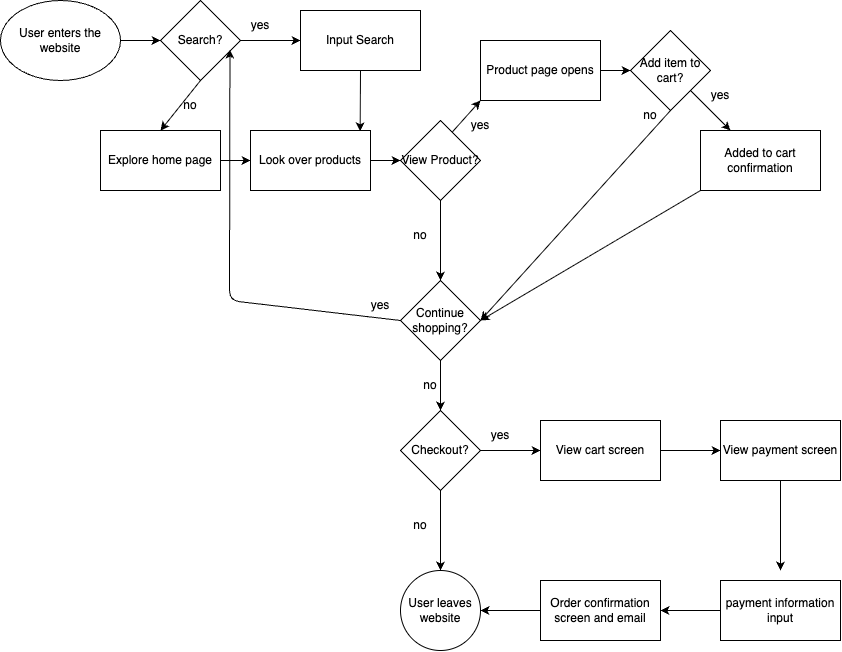
Before: explore/diagramming/diagram.drawio.png, a diagram exported from draw.io (kalyssa-choy/sp26-cse110-lab4). Source tidied: cells renumbered, new cells last; positions are measured from the earlier drawing's top-left corner, leaving out a move shared by most shapes. Source of this version:
```xml
<mxGraphModel>
  <root>
    <mxCell id="0" />
    <mxCell id="1" parent="0" />
    <mxCell id="2" style="edgeStyle=none;html=1;exitX=1;exitY=0.5;exitDx=0;exitDy=0;entryX=0;entryY=0.5;entryDx=0;entryDy=0;" parent="1" edge="1" source="3" target="6">
      <mxGeometry relative="1" as="geometry" />
    </mxCell>
    <mxCell id="3" value="User enters the website" style="ellipse;whiteSpace=wrap;html=1;" parent="1" vertex="1">
      <mxGeometry width="120" height="80" as="geometry" />
    </mxCell>
    <mxCell id="4" style="edgeStyle=none;html=1;exitX=1;exitY=0.5;exitDx=0;exitDy=0;" parent="1" edge="1" source="6">
      <mxGeometry relative="1" as="geometry">
        <mxPoint x="300" y="40" as="targetPoint" />
      </mxGeometry>
    </mxCell>
    <mxCell id="5" style="edgeStyle=none;html=1;exitX=0.5;exitY=1;exitDx=0;exitDy=0;entryX=0.5;entryY=0;entryDx=0;entryDy=0;" parent="1" edge="1" source="6" target="13">
      <mxGeometry relative="1" as="geometry" />
    </mxCell>
    <mxCell id="6" value="Search?" style="rhombus;whiteSpace=wrap;html=1;" parent="1" vertex="1">
      <mxGeometry x="160" width="80" height="80" as="geometry" />
    </mxCell>
    <mxCell id="7" style="edgeStyle=none;html=1;exitX=1;exitY=1;exitDx=0;exitDy=0;entryX=0;entryY=0.5;entryDx=0;entryDy=0;" parent="1" edge="1" source="8" target="11">
      <mxGeometry relative="1" as="geometry" />
    </mxCell>
    <mxCell id="8" value="yes" style="text;html=1;align=center;verticalAlign=middle;whiteSpace=wrap;rounded=0;" parent="1" vertex="1">
      <mxGeometry x="230" y="10" width="60" height="30" as="geometry" />
    </mxCell>
    <mxCell id="9" value="no" style="text;html=1;align=center;verticalAlign=middle;whiteSpace=wrap;rounded=0;" parent="1" vertex="1">
      <mxGeometry x="160" y="90" width="60" height="30" as="geometry" />
    </mxCell>
    <mxCell id="10" style="edgeStyle=none;html=1;exitX=0.5;exitY=1;exitDx=0;exitDy=0;entryX=0.914;entryY=0.011;entryDx=0;entryDy=0;entryPerimeter=0;" parent="1" edge="1" source="11" target="46">
      <mxGeometry relative="1" as="geometry" />
    </mxCell>
    <mxCell id="11" value="Input Search" style="rounded=0;whiteSpace=wrap;html=1;" parent="1" vertex="1">
      <mxGeometry x="300" y="10" width="120" height="60" as="geometry" />
    </mxCell>
    <mxCell id="12" style="edgeStyle=none;html=1;exitX=1;exitY=0.5;exitDx=0;exitDy=0;entryX=0;entryY=0.5;entryDx=0;entryDy=0;" parent="1" edge="1" source="13" target="46">
      <mxGeometry relative="1" as="geometry" />
    </mxCell>
    <mxCell id="13" value="Explore home page" style="rounded=0;whiteSpace=wrap;html=1;" parent="1" vertex="1">
      <mxGeometry x="100" y="130" width="120" height="60" as="geometry" />
    </mxCell>
    <mxCell id="14" style="edgeStyle=none;html=1;" parent="1" edge="1" source="16" target="20">
      <mxGeometry relative="1" as="geometry" />
    </mxCell>
    <mxCell id="15" style="edgeStyle=none;html=1;entryX=0;entryY=1;entryDx=0;entryDy=0;exitX=0.627;exitY=0.167;exitDx=0;exitDy=0;exitPerimeter=0;" parent="1" edge="1" source="16" target="48">
      <mxGeometry relative="1" as="geometry" />
    </mxCell>
    <mxCell id="16" value="View Product?" style="rhombus;whiteSpace=wrap;html=1;rounded=0;" parent="1" vertex="1">
      <mxGeometry x="400" y="120" width="80" height="80" as="geometry" />
    </mxCell>
    <mxCell id="17" value="no" style="text;html=1;align=center;verticalAlign=middle;whiteSpace=wrap;rounded=0;" parent="1" vertex="1">
      <mxGeometry x="390" y="220" width="60" height="30" as="geometry" />
    </mxCell>
    <mxCell id="18" value="yes" style="text;html=1;align=center;verticalAlign=middle;whiteSpace=wrap;rounded=0;" parent="1" vertex="1">
      <mxGeometry x="450" y="110" width="60" height="30" as="geometry" />
    </mxCell>
    <mxCell id="19" style="edgeStyle=none;html=1;" parent="1" edge="1" source="20" target="29">
      <mxGeometry relative="1" as="geometry" />
    </mxCell>
    <mxCell id="20" value="Continue shopping?" style="rhombus;whiteSpace=wrap;html=1;rounded=0;" parent="1" vertex="1">
      <mxGeometry x="400" y="280" width="80" height="80" as="geometry" />
    </mxCell>
    <mxCell id="21" style="endArrow=classic;html=1;exitX=0;exitY=0.5;exitDx=0;exitDy=0;entryX=0.868;entryY=0.613;entryDx=0;entryDy=0;entryPerimeter=0;" parent="1" edge="1" source="20" target="6">
      <mxGeometry relative="1" as="geometry">
        <Array as="points">
          <mxPoint x="229" y="300" />
        </Array>
      </mxGeometry>
    </mxCell>
    <mxCell id="22" style="edgeStyle=none;html=1;" parent="1" edge="1" source="23" target="24">
      <mxGeometry relative="1" as="geometry" />
    </mxCell>
    <mxCell id="23" value="Add item to cart?" style="rhombus;whiteSpace=wrap;html=1;rounded=0;" parent="1" vertex="1">
      <mxGeometry x="630" y="30" width="80" height="80" as="geometry" />
    </mxCell>
    <mxCell id="24" value="Added to cart confirmation" style="whiteSpace=wrap;html=1;rounded=0;" parent="1" vertex="1">
      <mxGeometry x="700" y="130" width="120" height="60" as="geometry" />
    </mxCell>
    <mxCell id="25" value="yes" style="text;html=1;align=center;verticalAlign=middle;whiteSpace=wrap;rounded=0;" parent="1" vertex="1">
      <mxGeometry x="690" y="80" width="60" height="30" as="geometry" />
    </mxCell>
    <mxCell id="26" value="yes" style="text;html=1;align=center;verticalAlign=middle;whiteSpace=wrap;rounded=0;" parent="1" vertex="1">
      <mxGeometry x="350" y="290" width="60" height="30" as="geometry" />
    </mxCell>
    <mxCell id="27" style="edgeStyle=none;html=1;" parent="1" edge="1" source="29" target="31">
      <mxGeometry relative="1" as="geometry" />
    </mxCell>
    <mxCell id="28" style="edgeStyle=none;html=1;" parent="1" edge="1" source="29" target="34">
      <mxGeometry relative="1" as="geometry" />
    </mxCell>
    <mxCell id="29" value="Checkout?" style="rhombus;whiteSpace=wrap;html=1;rounded=0;" parent="1" vertex="1">
      <mxGeometry x="400" y="410" width="80" height="80" as="geometry" />
    </mxCell>
    <mxCell id="30" value="no" style="text;html=1;align=center;verticalAlign=middle;whiteSpace=wrap;rounded=0;" parent="1" vertex="1">
      <mxGeometry x="400" y="370" width="60" height="30" as="geometry" />
    </mxCell>
    <mxCell id="31" value="User leaves website" style="ellipse;whiteSpace=wrap;html=1;rounded=0;" parent="1" vertex="1">
      <mxGeometry x="400" y="570" width="80" height="80" as="geometry" />
    </mxCell>
    <mxCell id="32" value="no" style="text;html=1;align=center;verticalAlign=middle;whiteSpace=wrap;rounded=0;" parent="1" vertex="1">
      <mxGeometry x="390" y="510" width="60" height="30" as="geometry" />
    </mxCell>
    <mxCell id="33" style="edgeStyle=none;html=1;exitX=1;exitY=0.5;exitDx=0;exitDy=0;entryX=0;entryY=0.5;entryDx=0;entryDy=0;" parent="1" edge="1" source="34" target="37">
      <mxGeometry relative="1" as="geometry" />
    </mxCell>
    <mxCell id="34" value="View cart screen" style="whiteSpace=wrap;html=1;rounded=0;" parent="1" vertex="1">
      <mxGeometry x="540" y="420" width="120" height="60" as="geometry" />
    </mxCell>
    <mxCell id="35" value="yes" style="text;html=1;align=center;verticalAlign=middle;whiteSpace=wrap;rounded=0;" parent="1" vertex="1">
      <mxGeometry x="470" y="420" width="60" height="30" as="geometry" />
    </mxCell>
    <mxCell id="36" style="edgeStyle=none;html=1;exitX=0.5;exitY=1;exitDx=0;exitDy=0;" parent="1" edge="1" source="37">
      <mxGeometry relative="1" as="geometry">
        <mxPoint x="780" y="570" as="targetPoint" />
      </mxGeometry>
    </mxCell>
    <mxCell id="37" value="View payment screen" style="whiteSpace=wrap;html=1;rounded=0;" parent="1" vertex="1">
      <mxGeometry x="720" y="420" width="120" height="60" as="geometry" />
    </mxCell>
    <mxCell id="38" style="edgeStyle=none;html=1;" parent="1" edge="1" target="40">
      <mxGeometry relative="1" as="geometry">
        <mxPoint x="740" y="610" as="sourcePoint" />
      </mxGeometry>
    </mxCell>
    <mxCell id="39" value="payment information input" style="whiteSpace=wrap;html=1;rounded=0;" parent="1" vertex="1">
      <mxGeometry x="720" y="580" width="120" height="60" as="geometry" />
    </mxCell>
    <mxCell id="40" value="Order confirmation screen and email" style="whiteSpace=wrap;html=1;rounded=0;" parent="1" vertex="1">
      <mxGeometry x="540" y="580" width="120" height="60" as="geometry" />
    </mxCell>
    <mxCell id="41" style="endArrow=classic;html=1;exitX=0;exitY=0.5;exitDx=0;exitDy=0;entryX=1;entryY=0.5;entryDx=0;entryDy=0;" parent="1" edge="1" source="40" target="31">
      <mxGeometry relative="1" as="geometry" />
    </mxCell>
    <mxCell id="42" style="endArrow=classic;html=1;exitX=0.5;exitY=1;exitDx=0;exitDy=0;entryX=1;entryY=0.5;entryDx=0;entryDy=0;" parent="1" edge="1" source="23" target="20">
      <mxGeometry relative="1" as="geometry" />
    </mxCell>
    <mxCell id="43" value="no" style="text;html=1;align=center;verticalAlign=middle;whiteSpace=wrap;rounded=0;" parent="1" vertex="1">
      <mxGeometry x="620" y="100" width="60" height="30" as="geometry" />
    </mxCell>
    <mxCell id="44" style="endArrow=classic;html=1;exitX=0;exitY=1;exitDx=0;exitDy=0;" parent="1" edge="1" source="24">
      <mxGeometry relative="1" as="geometry">
        <mxPoint x="480" y="320" as="targetPoint" />
      </mxGeometry>
    </mxCell>
    <mxCell id="45" style="edgeStyle=none;html=1;exitX=1;exitY=0.5;exitDx=0;exitDy=0;entryX=0;entryY=0.5;entryDx=0;entryDy=0;" parent="1" edge="1" source="46" target="16">
      <mxGeometry relative="1" as="geometry" />
    </mxCell>
    <mxCell id="46" value="Look over products" style="whiteSpace=wrap;html=1;rounded=0;" parent="1" vertex="1">
      <mxGeometry x="250" y="130" width="120" height="60" as="geometry" />
    </mxCell>
    <mxCell id="47" style="edgeStyle=none;html=1;exitX=1;exitY=0.5;exitDx=0;exitDy=0;entryX=0;entryY=0.5;entryDx=0;entryDy=0;" parent="1" edge="1" source="48" target="23">
      <mxGeometry relative="1" as="geometry" />
    </mxCell>
    <mxCell id="48" value="Product page opens" style="rounded=0;whiteSpace=wrap;html=1;" parent="1" vertex="1">
      <mxGeometry x="480" y="40" width="120" height="60" as="geometry" />
    </mxCell>
  </root>
</mxGraphModel>
```
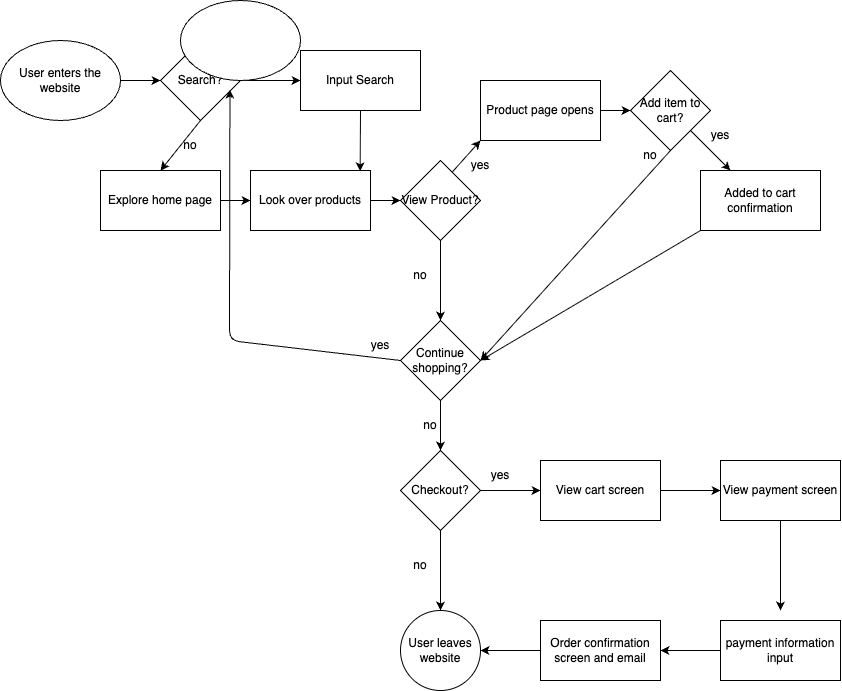
The same file after the commit.

Commit message:
fixed buggy code

The edit, as a diff of the source:
```diff
@@ -155,5 +155,8 @@
     <mxCell id="48" value="Product page opens" style="rounded=0;whiteSpace=wrap;html=1;" parent="1" vertex="1">
       <mxGeometry x="480" y="40" width="120" height="60" as="geometry" />
     </mxCell>
+    <mxCell id="49" style="ellipse;whiteSpace=wrap;html=1;" parent="1" vertex="1">
+      <mxGeometry x="180" y="-40" width="120" height="80" as="geometry" />
+    </mxCell>
   </root>
 </mxGraphModel>
```
